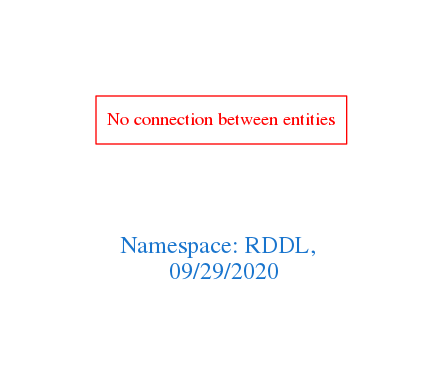
Before: downloads/RDDL.png, a diagram exported from Graphviz (arago/OGIT). Its source is kept beside it as downloads/RDDL.dot.
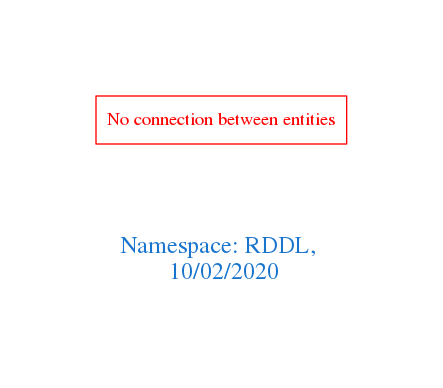
The same file after the commit.

Diff of the diagram source:
```diff
@@ -1,7 +1,7 @@
 digraph OGIT_ontology {
  graph [ rankdir= LR,pad=1
 fontsize = 18,
-fontcolor= dodgerblue3,label = "\n\n\nNamespace: RDDL, \n 09/29/2020"];
+fontcolor= dodgerblue3,label = "\n\n\nNamespace: RDDL, \n 10/02/2020"];
 node[shape=polygon];
 edge [  color="gray81"];
 
```
